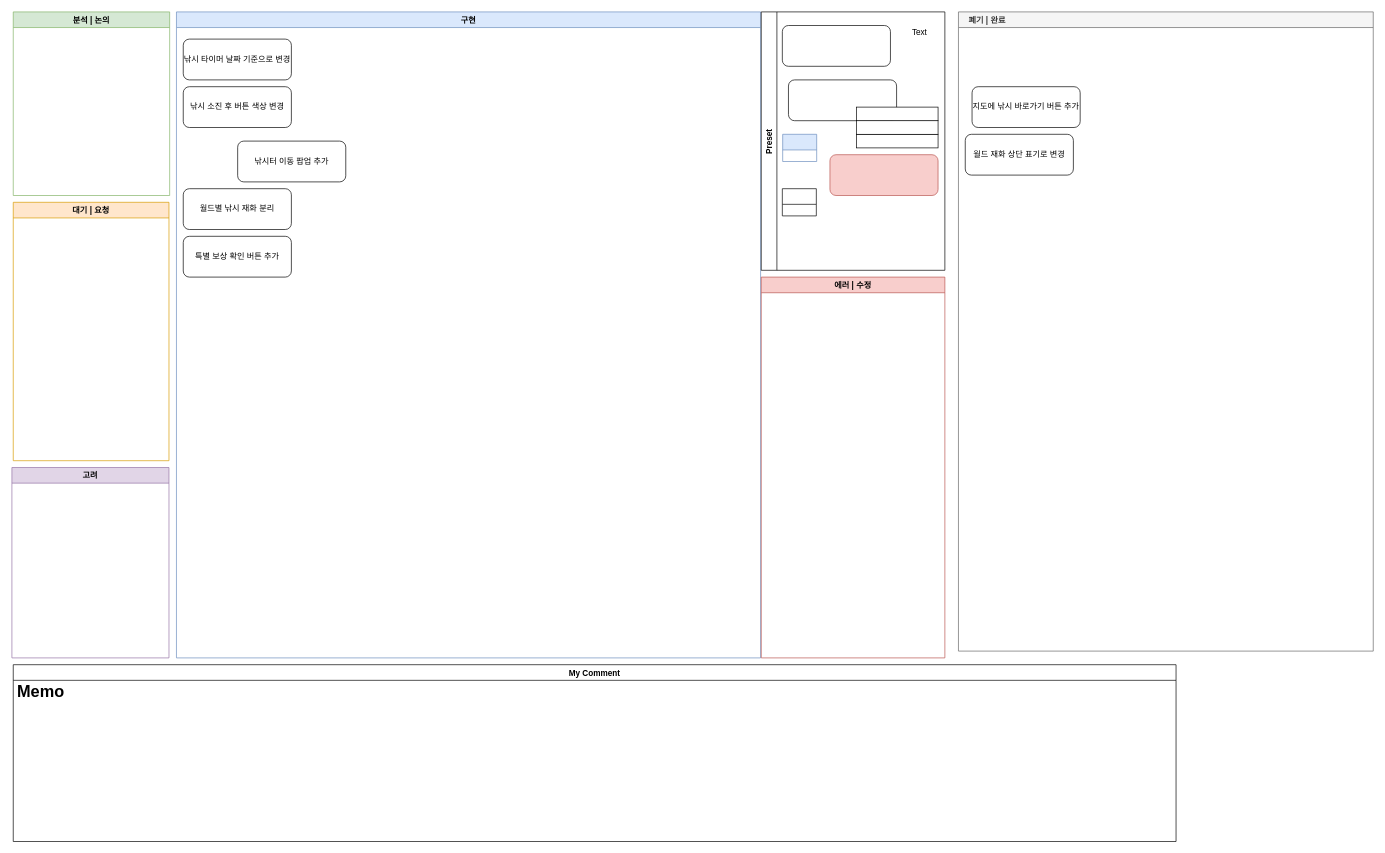
The draw.io diagram 낚시 개선.drawio in Endorr/Job-Board, before the edit. Source tidied: cells renumbered, new cells numbered last; positions are measured from the earlier drawing's top-left corner, leaving out a move shared by most shapes. Both pictures are drawn from the tidied source at 68%, with x=0, y=0 at pixel (12, 12).
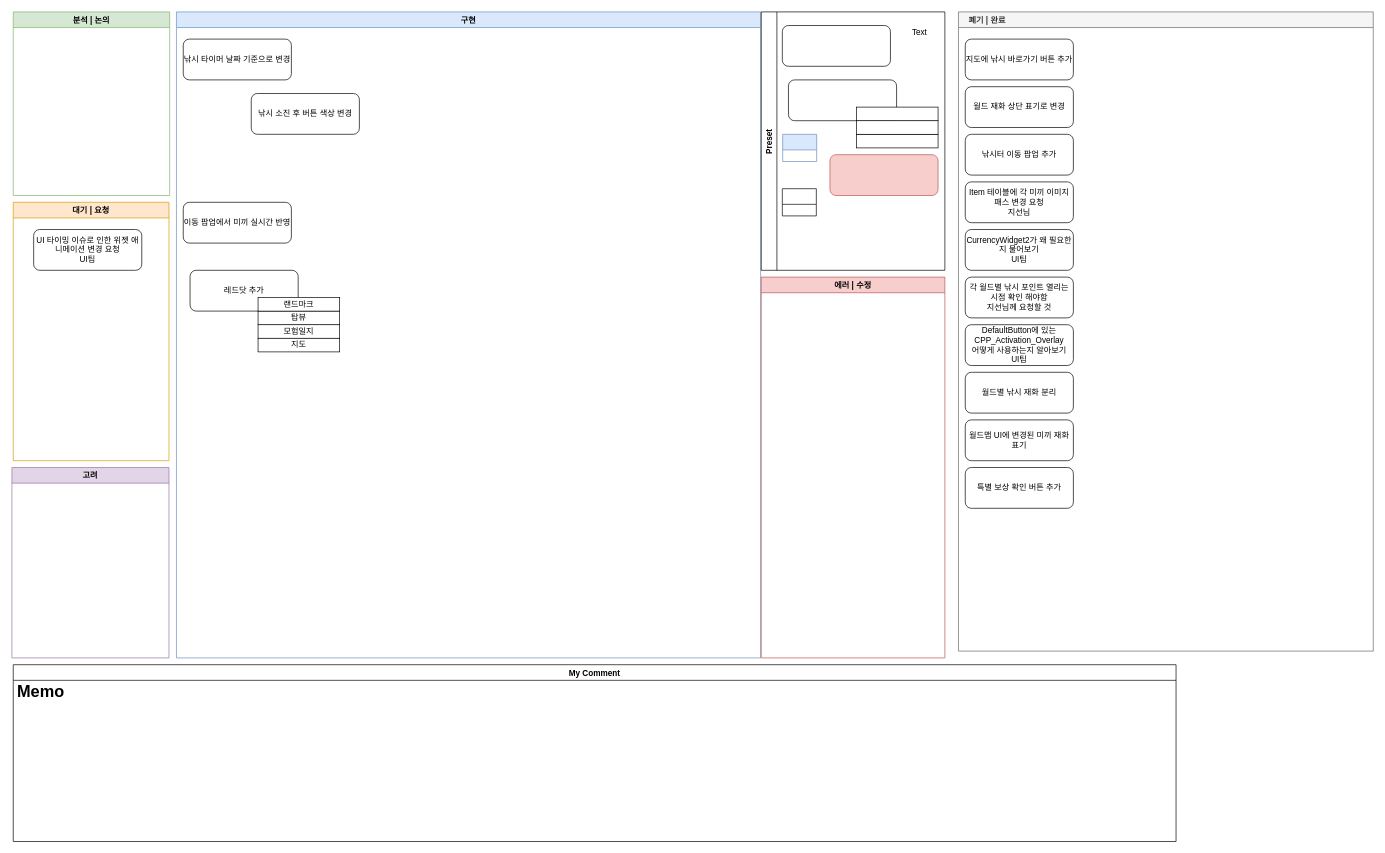
Above is the later version.

Commit message:
낚시 개선.drawio 업데이트

Unchanged cells that the change refers to:
```xml
<mxCell id="2" value="구현" style="swimlane;fillColor=#dae8fc;strokeColor=#6c8ebf;" parent="1" vertex="1">
  <mxGeometry x="242" width="859" height="950" as="geometry" />
</mxCell>
<mxCell id="9" value="대기 | 요청" style="swimlane;strokeColor=#d79b00;fillColor=#ffe6cc;" parent="1" vertex="1">
  <mxGeometry x="2" y="280" width="229" height="380" as="geometry" />
</mxCell>
<mxCell id="10" value="    폐기 | 완료" style="swimlane;strokeColor=#666666;fillColor=#f5f5f5;fontColor=#333333;align=left;" parent="1" vertex="1">
  <mxGeometry x="1392" width="610" height="940" as="geometry" />
</mxCell>
```

Change to the diagram source:
```diff
@@
     <mxCell id="4" value="낚시 소진 후 버튼 색상 변경" style="rounded=1;whiteSpace=wrap;html=1;" parent="2" vertex="1">
-      <mxGeometry x="10" y="110" width="159" height="60" as="geometry" />
+      <mxGeometry x="110" y="120" width="159" height="60" as="geometry" />
     </mxCell>
-    <mxCell id="5" value="낚시터 이동 팝업 추가" style="rounded=1;whiteSpace=wrap;html=1;" parent="2" vertex="1">
-      <mxGeometry x="90" y="190" width="159" height="60" as="geometry" />
-    </mxCell>
-    <mxCell id="6" value="특별 보상 확인 버튼 추가" style="rounded=1;whiteSpace=wrap;html=1;" parent="2" vertex="1">
-      <mxGeometry x="10" y="330" width="159" height="60" as="geometry" />
-    </mxCell>
-    <mxCell id="7" value="월드별 낚시 재화 분리" style="rounded=1;whiteSpace=wrap;html=1;" parent="2" vertex="1">
-      <mxGeometry x="10" y="260" width="159" height="60" as="geometry" />
-    </mxCell>
+    <mxCell id="28" value="이동 팝업에서 미끼 실시간 반영" style="rounded=1;whiteSpace=wrap;html=1;" parent="2" vertex="1">
+      <mxGeometry x="10" y="280" width="159" height="60" as="geometry" />
+    </mxCell>
+    <mxCell id="29" style="group;" parent="2" vertex="1">
+      <mxGeometry x="20" y="380" width="220" height="120" as="geometry" />
+    </mxCell>
+    <mxCell id="30" style="group;" parent="29" vertex="1">
+      <mxGeometry width="220" height="100" as="geometry" />
+    </mxCell>
+    <mxCell id="31" value="모험일지" style="rounded=0;whiteSpace=wrap;html=1;" parent="30" vertex="1">
+      <mxGeometry x="100" y="80" width="120" height="20" as="geometry" />
+    </mxCell>
+    <mxCell id="32" value="레드닷 추가" style="rounded=1;whiteSpace=wrap;html=1;" parent="30" vertex="1">
+      <mxGeometry width="159" height="60" as="geometry" />
+    </mxCell>
+    <mxCell id="33" value="탑뷰" style="rounded=0;whiteSpace=wrap;html=1;" parent="30" vertex="1">
+      <mxGeometry x="100" y="60" width="120" height="20" as="geometry" />
+    </mxCell>
+    <mxCell id="34" value="랜드마크" style="rounded=0;whiteSpace=wrap;html=1;" parent="30" vertex="1">
+      <mxGeometry x="100" y="40" width="120" height="20" as="geometry" />
+    </mxCell>
+    <mxCell id="35" value="지도" style="rounded=0;whiteSpace=wrap;html=1;" parent="29" vertex="1">
+      <mxGeometry x="100" y="100" width="120" height="20" as="geometry" />
+    </mxCell>
@@
+    <mxCell id="36" value="UI 타이밍 이슈로 인한 위젯 애니메이션 변경 요청&lt;br&gt;UI팀" style="rounded=1;whiteSpace=wrap;html=1;" parent="9" vertex="1">
+      <mxGeometry x="30" y="40" width="159" height="60" as="geometry" />
+    </mxCell>
@@
     <mxCell id="11" value="지도에 낚시 바로가기 버튼 추가" style="rounded=1;whiteSpace=wrap;html=1;" parent="10" vertex="1">
-      <mxGeometry x="20" y="110" width="159" height="60" as="geometry" />
+      <mxGeometry x="10" y="40" width="159" height="60" as="geometry" />
     </mxCell>
     <mxCell id="12" value="월드 재화 상단 표기로 변경" style="rounded=1;whiteSpace=wrap;html=1;" parent="10" vertex="1">
-      <mxGeometry x="10" y="180" width="159" height="60" as="geometry" />
+      <mxGeometry x="10" y="110" width="159" height="60" as="geometry" />
     </mxCell>
+    <mxCell id="5" value="낚시터 이동 팝업 추가" style="rounded=1;whiteSpace=wrap;html=1;" parent="10" vertex="1">
+      <mxGeometry x="10" y="180" width="159" height="60" as="geometry" />
+    </mxCell>
+    <mxCell id="37" value="Item 테이블에 각 미끼 이미지 패스 변경 요청&lt;br&gt;지선님" style="rounded=1;whiteSpace=wrap;html=1;" parent="10" vertex="1">
+      <mxGeometry x="10" y="250" width="159" height="60" as="geometry" />
+    </mxCell>
+    <mxCell id="38" value="CurrencyWidget2가 왜 필요한지 물어보기&lt;br&gt;UI팀" style="rounded=1;whiteSpace=wrap;html=1;" parent="10" vertex="1">
+      <mxGeometry x="10" y="320" width="159" height="60" as="geometry" />
+    </mxCell>
+    <mxCell id="39" value="각 월드별 낚시 포인트 열리는 시점 확인 해야함&lt;br&gt;지선님께 요청할 것" style="rounded=1;whiteSpace=wrap;html=1;" parent="10" vertex="1">
+      <mxGeometry x="10" y="390" width="159" height="60" as="geometry" />
+    </mxCell>
+    <mxCell id="40" value="DefaultButton에 있는 CPP_Activation_Overlay&lt;br&gt;어떻게 사용하는지 알아보기&lt;br&gt;UI팀" style="rounded=1;whiteSpace=wrap;html=1;" parent="10" vertex="1">
+      <mxGeometry x="10" y="460" width="159" height="60" as="geometry" />
+    </mxCell>
+    <mxCell id="7" value="월드별 낚시 재화 분리" style="rounded=1;whiteSpace=wrap;html=1;" parent="10" vertex="1">
+      <mxGeometry x="10" y="530" width="159" height="60" as="geometry" />
+    </mxCell>
+    <mxCell id="41" value="월드맵 UI에 변경된 미끼 재화 표기" style="rounded=1;whiteSpace=wrap;html=1;" parent="10" vertex="1">
+      <mxGeometry x="10" y="600" width="159" height="60" as="geometry" />
+    </mxCell>
+    <mxCell id="6" value="특별 보상 확인 버튼 추가" style="rounded=1;whiteSpace=wrap;html=1;" parent="10" vertex="1">
+      <mxGeometry x="10" y="670" width="159" height="60" as="geometry" />
+    </mxCell>
```
